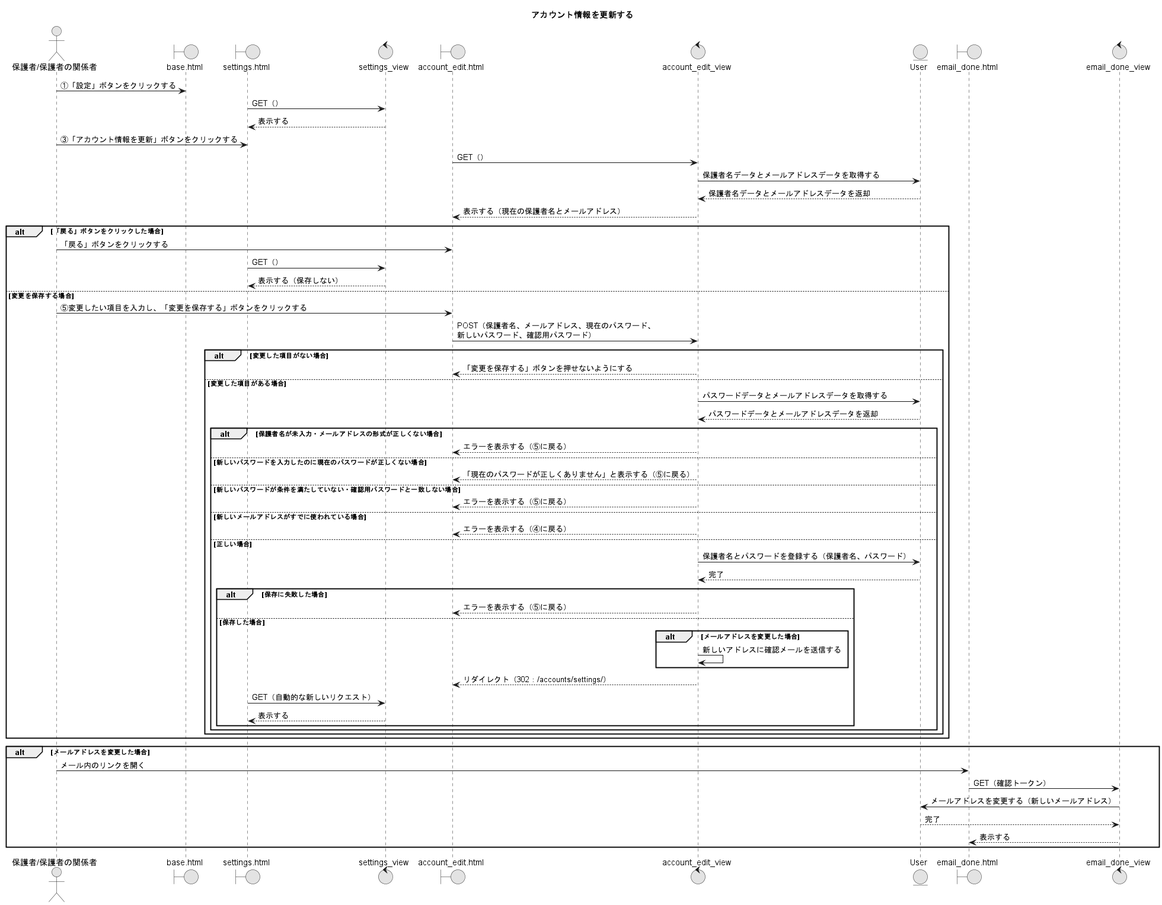
Before: PNG/04_アカウント情報を更新する.png, a diagram exported from PlantUML (Ma2naga190330/26_sotugyou_puml).
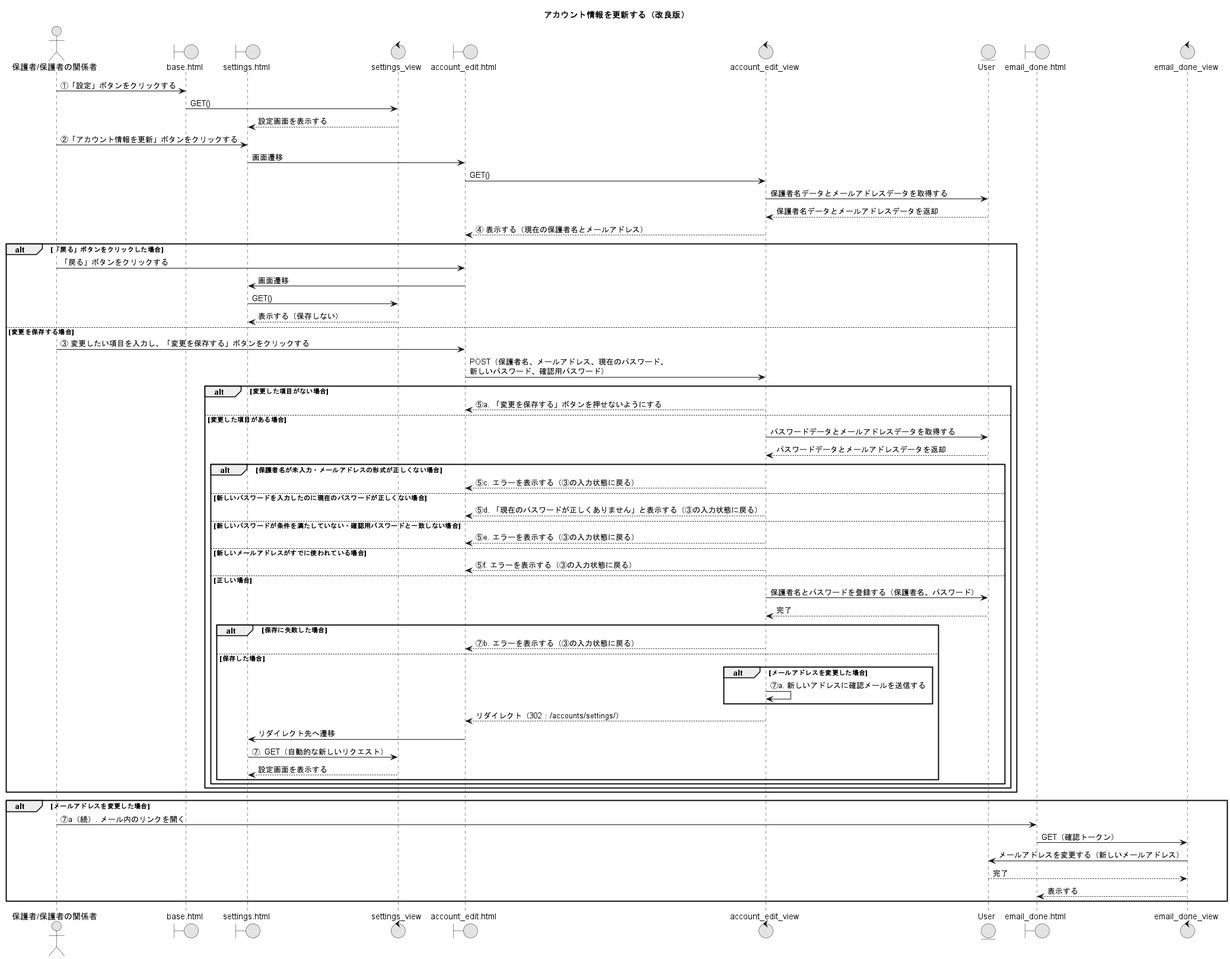
After the commit.

Diff of the diagram source:
```diff
@@ -1,5 +1,5 @@
 @startuml
-title アカウント情報を更新する
+title アカウント情報を更新する（改良版）
 skinparam defaultFontName "Noto Sans CJK JP"
 skinparam monochrome true
 
@@ -14,54 +14,57 @@
 control "email_done_view" as EDV
 
 A -> BP : ①「設定」ボタンをクリックする
-SP -> SV : GET（）
-SV --> SP : 表示する
+BP -> SV : GET()
+SV --> SP : 設定画面を表示する
 
-A -> SP : ③「アカウント情報を更新」ボタンをクリックする
-AEP -> AEV : GET（）
+A -> SP : ②「アカウント情報を更新」ボタンをクリックする
+SP -> AEP : 画面遷移
+AEP -> AEV : GET()
 AEV -> UM : 保護者名データとメールアドレスデータを取得する
 AEV <-- UM : 保護者名データとメールアドレスデータを返却
-AEV --> AEP : 表示する（現在の保護者名とメールアドレス）
+AEV --> AEP : ④ 表示する（現在の保護者名とメールアドレス）
 
 alt 「戻る」ボタンをクリックした場合
   A -> AEP : 「戻る」ボタンをクリックする
-  SP -> SV : GET（）
+  AEP -> SP : 画面遷移
+  SP -> SV : GET()
   SV --> SP : 表示する（保存しない）
 else 変更を保存する場合
-  A -> AEP : ⑤変更したい項目を入力し、「変更を保存する」ボタンをクリックする
+  A -> AEP : ③ 変更したい項目を入力し、「変更を保存する」ボタンをクリックする
   AEP -> AEV : POST（保護者名、メールアドレス、現在のパスワード、\n新しいパスワード、確認用パスワード）
   alt 変更した項目がない場合
-    AEV --> AEP : 「変更を保存する」ボタンを押せないようにする
+    AEV --> AEP : ⑤a. 「変更を保存する」ボタンを押せないようにする
   else 変更した項目がある場合
     AEV -> UM : パスワードデータとメールアドレスデータを取得する
     AEV <-- UM : パスワードデータとメールアドレスデータを返却
     alt 保護者名が未入力・メールアドレスの形式が正しくない場合
-      AEV --> AEP : エラーを表示する（⑤に戻る）
+      AEV --> AEP : ⑤c. エラーを表示する（③の入力状態に戻る）
     else 新しいパスワードを入力したのに現在のパスワードが正しくない場合
-      AEV --> AEP : 「現在のパスワードが正しくありません」と表示する（⑤に戻る）
+      AEV --> AEP : ⑤d. 「現在のパスワードが正しくありません」と表示する（③の入力状態に戻る）
     else 新しいパスワードが条件を満たしていない・確認用パスワードと一致しない場合
-      AEV --> AEP : エラーを表示する（⑤に戻る）
+      AEV --> AEP : ⑤e. エラーを表示する（③の入力状態に戻る）
     else 新しいメールアドレスがすでに使われている場合
-      AEV --> AEP : エラーを表示する（④に戻る）
+      AEV --> AEP : ⑤f. エラーを表示する（③の入力状態に戻る）
     else 正しい場合
       AEV -> UM : 保護者名とパスワードを登録する（保護者名、パスワード）
       AEV <-- UM : 完了
       alt 保存に失敗した場合
-        AEV --> AEP : エラーを表示する（⑤に戻る）
+        AEV --> AEP : ⑦b. エラーを表示する（③の入力状態に戻る）
       else 保存した場合
         alt メールアドレスを変更した場合
-          AEV -> AEV : 新しいアドレスに確認メールを送信する
+          AEV -> AEV : ⑦a. 新しいアドレスに確認メールを送信する
         end
         AEV --> AEP : リダイレクト（302：/accounts/settings/）
-        SP -> SV : GET（自動的な新しいリクエスト）
-        SV --> SP : 表示する
+        AEP -> SP : リダイレクト先へ遷移
+        SP -> SV : ⑦. GET（自動的な新しいリクエスト）
+        SV --> SP : 設定画面を表示する
       end
     end
   end
 end
 
 alt メールアドレスを変更した場合
-  A -> EDP : メール内のリンクを開く
+  A -> EDP : ⑦a（続）. メール内のリンクを開く
   EDP -> EDV : GET（確認トークン）
   EDV -> UM : メールアドレスを変更する（新しいメールアドレス）
   EDV <-- UM : 完了
```
